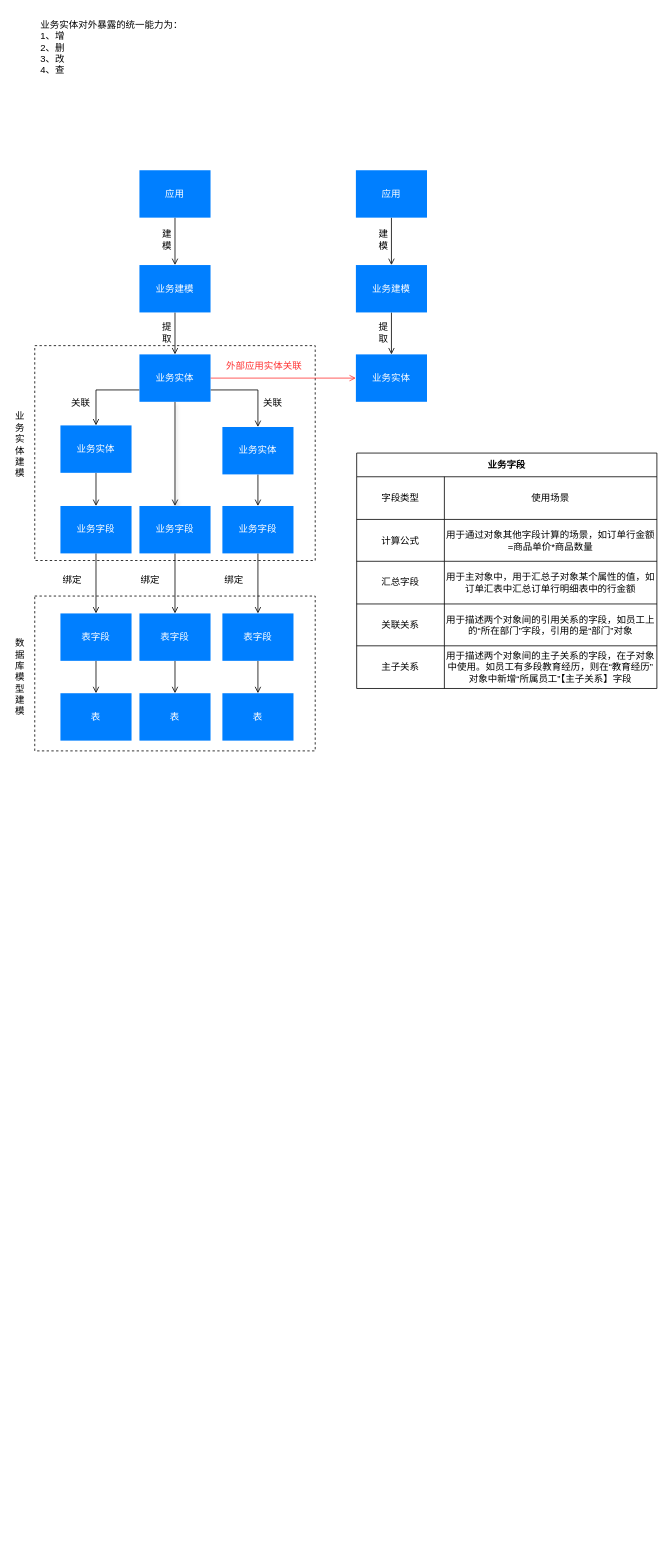
The draw.io diagram docs/LCDP.drawio in lokiworks/codebase, before the edit. Source tidied: cells renumbered, new cells numbered last; positions are measured from the earlier drawing's top-left corner, leaving out a move shared by most shapes. Both pictures are drawn from the tidied source at 79%, with x=0, y=0 at pixel (13, 13).
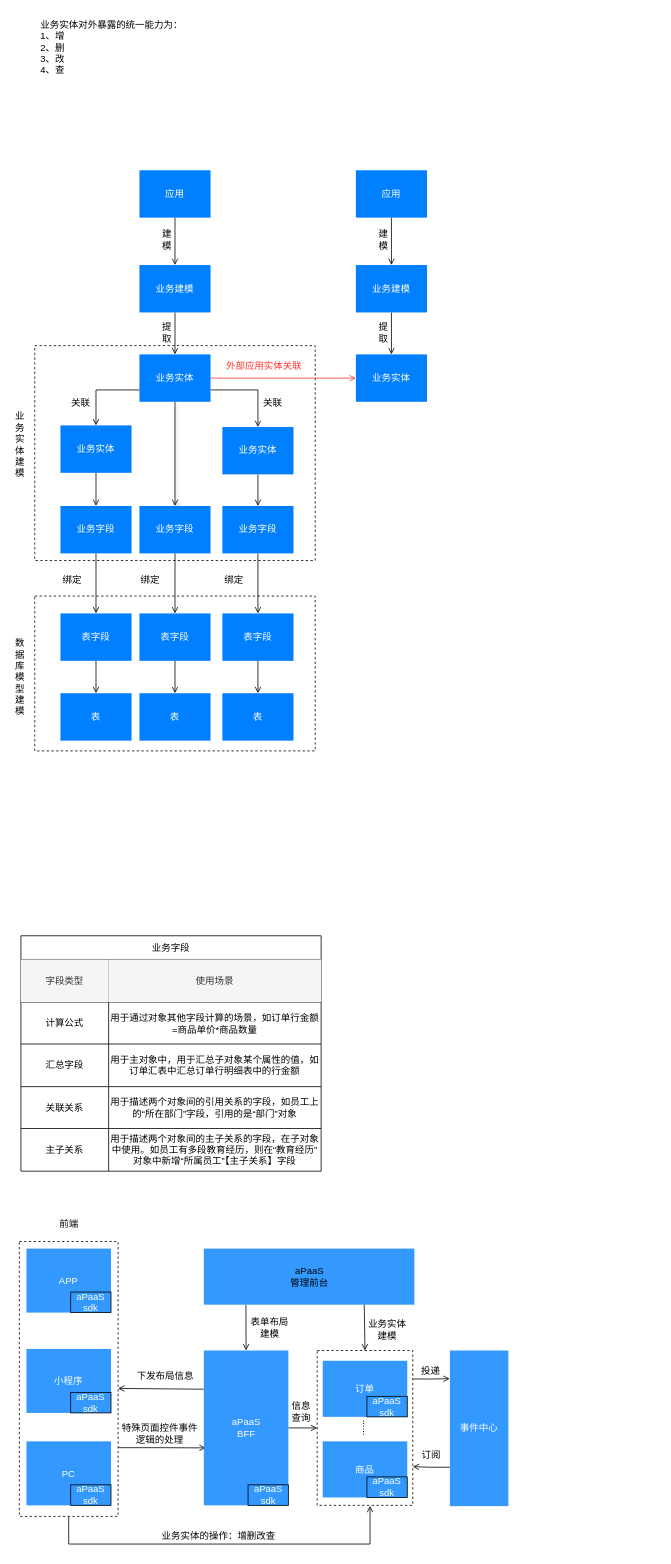
The same diagram, later.

Unchanged cells that the change refers to:
```xml
<mxCell id="51" style="shape=tableRow;horizontal=0;startSize=0;swimlaneHead=0;swimlaneBody=0;top=0;left=0;bottom=0;right=0;fillColor=none;dashed=1;strokeColor=default;" parent="50" vertex="1">
  <mxGeometry y="30" width="380" height="54" as="geometry" />
</mxCell>
```

The edit, as a diff of the source:
```diff
@@
+    <mxCell id="66" style="edgeStyle=orthogonalEdgeStyle;rounded=0;jettySize=auto;html=1;exitX=0.5;exitY=1;exitDx=0;exitDy=0;entryX=0.553;entryY=1.003;entryDx=0;entryDy=0;entryPerimeter=0;fontColor=#000000;endArrow=open;endFill=0;" parent="1" edge="1" source="68" target="70">
+      <mxGeometry relative="1" as="geometry">
+        <Array as="points">
+          <mxPoint x="70" y="1937" />
+          <mxPoint x="451" y="1937" />
+        </Array>
+      </mxGeometry>
+    </mxCell>
+    <mxCell id="67" style="edgeStyle=orthogonalEdgeStyle;rounded=0;jettySize=auto;html=1;exitX=1;exitY=0.75;exitDx=0;exitDy=0;entryX=0.023;entryY=0.629;entryDx=0;entryDy=0;entryPerimeter=0;fontColor=#000000;endArrow=open;endFill=0;" parent="1" edge="1" source="68" target="73">
+      <mxGeometry relative="1" as="geometry" />
+    </mxCell>
+    <mxCell id="68" style="rounded=0;whiteSpace=wrap;html=1;fontColor=#000000;strokeColor=default;fillColor=#FFFFFF;dashed=1;" parent="1" vertex="1">
+      <mxGeometry x="7" y="1554" width="125" height="348" as="geometry" />
+    </mxCell>
+    <mxCell id="69" style="edgeStyle=orthogonalEdgeStyle;rounded=0;jettySize=auto;html=1;entryX=-0.003;entryY=0.181;entryDx=0;entryDy=0;fontColor=#000000;endArrow=open;endFill=0;entryPerimeter=0;exitX=1.004;exitY=0.184;exitDx=0;exitDy=0;exitPerimeter=0;" parent="1" edge="1" source="70" target="97">
+      <mxGeometry relative="1" as="geometry" />
+    </mxCell>
+    <mxCell id="70" style="rounded=0;whiteSpace=wrap;html=1;fontColor=#FFFFFF;strokeColor=default;fillColor=#FFFFFF;dashed=1;" parent="1" vertex="1">
+      <mxGeometry x="384" y="1692" width="121" height="196" as="geometry" />
+    </mxCell>
@@
-    <mxCell id="50" value="业务字段" style="shape=table;startSize=30;childLayout=tableLayout;fontStyle=1;align=center;strokeColor=default;" parent="1" vertex="1">
-      <mxGeometry x="434" y="556" width="380" height="298" as="geometry" />
+    <mxCell id="50" value="业务字段" style="shape=table;startSize=30;childLayout=tableLayout;fontStyle=0;align=center;strokeColor=default;" parent="1" vertex="1">
+      <mxGeometry x="9" y="1167" width="380" height="298" as="geometry" />
     </mxCell>
@@
-    <mxCell id="52" value="字段类型" style="shape=partialRectangle;html=1;whiteSpace=wrap;fillColor=none;top=0;left=0;bottom=0;right=0;overflow=hidden;dashed=1;strokeColor=default;" parent="51" vertex="1">
+    <mxCell id="52" value="字段类型" style="shape=partialRectangle;html=1;whiteSpace=wrap;fillColor=#f5f5f5;top=0;left=0;bottom=0;right=0;overflow=hidden;dashed=1;strokeColor=#666666;fontColor=#333333;" parent="51" vertex="1">
       <mxGeometry width="111" height="54" as="geometry" />
     </mxCell>
-    <mxCell id="53" value="使用场景" style="shape=partialRectangle;html=1;whiteSpace=wrap;fillColor=none;top=0;left=0;bottom=0;right=0;overflow=hidden;dashed=1;strokeColor=default;" parent="51" vertex="1">
+    <mxCell id="53" value="使用场景" style="shape=partialRectangle;html=1;whiteSpace=wrap;fillColor=#f5f5f5;top=0;left=0;bottom=0;right=0;overflow=hidden;dashed=1;strokeColor=#666666;fontColor=#333333;" parent="51" vertex="1">
       <mxGeometry x="111" width="269" height="54" as="geometry" />
     </mxCell>
@@
+    <mxCell id="71" style="edgeStyle=none;rounded=0;jettySize=auto;html=1;exitX=0;exitY=0.25;exitDx=0;exitDy=0;fontColor=#000000;endArrow=open;endFill=0;" parent="1" edge="1" source="73">
+      <mxGeometry relative="1" as="geometry">
+        <mxPoint x="132" y="1740" as="targetPoint" />
+      </mxGeometry>
+    </mxCell>
+    <mxCell id="72" style="edgeStyle=orthogonalEdgeStyle;rounded=0;jettySize=auto;html=1;exitX=1;exitY=0.5;exitDx=0;exitDy=0;entryX=0;entryY=0.5;entryDx=0;entryDy=0;fontColor=#000000;endArrow=open;endFill=0;" parent="1" edge="1" source="73" target="70">
+      <mxGeometry relative="1" as="geometry" />
+    </mxCell>
+    <mxCell id="73" value="&lt;font color=&quot;#ffffff&quot;&gt;aPaaS&lt;br&gt;BFF&lt;/font&gt;" style="rounded=0;whiteSpace=wrap;html=1;strokeColor=none;fillColor=#3399FF;" parent="1" vertex="1">
+      <mxGeometry x="240.5" y="1692" width="107" height="196" as="geometry" />
+    </mxCell>
+    <mxCell id="74" value="&lt;font color=&quot;#ffffff&quot;&gt;订单&lt;/font&gt;" style="rounded=0;whiteSpace=wrap;html=1;strokeColor=none;fillColor=#3399FF;" parent="1" vertex="1">
+      <mxGeometry x="391" y="1705" width="107" height="71" as="geometry" />
+    </mxCell>
+    <mxCell id="75" style="rounded=0;jettySize=auto;html=1;entryX=0.5;entryY=0;entryDx=0;entryDy=0;fontColor=#FFFFFF;endArrow=open;endFill=0;exitX=0.2;exitY=1.003;exitDx=0;exitDy=0;exitPerimeter=0;" parent="1" edge="1" source="76" target="73">
+      <mxGeometry relative="1" as="geometry" />
+    </mxCell>
+    <mxCell id="76" value="aPaaS&lt;br&gt;管理前台" style="rounded=0;whiteSpace=wrap;html=1;strokeColor=none;fillColor=#3399FF;" parent="1" vertex="1">
+      <mxGeometry x="240.5" y="1563" width="266.5" height="71" as="geometry" />
+    </mxCell>
+    <mxCell id="77" value="aPaaS&lt;br&gt;sdk" style="rounded=0;whiteSpace=wrap;html=1;fontColor=#FFFFFF;strokeColor=default;fillColor=#3399FF;" parent="1" vertex="1">
+      <mxGeometry x="447" y="1750" width="51" height="26" as="geometry" />
+    </mxCell>
+    <mxCell id="78" value="&lt;font color=&quot;#ffffff&quot;&gt;APP&lt;br&gt;&lt;/font&gt;" style="rounded=0;whiteSpace=wrap;html=1;strokeColor=none;fillColor=#3399FF;" parent="1" vertex="1">
+      <mxGeometry x="16" y="1563" width="107" height="81" as="geometry" />
+    </mxCell>
+    <mxCell id="79" value="&lt;font color=&quot;#ffffff&quot;&gt;小程序&lt;br&gt;&lt;/font&gt;" style="rounded=0;whiteSpace=wrap;html=1;strokeColor=none;fillColor=#3399FF;" parent="1" vertex="1">
+      <mxGeometry x="16" y="1690" width="107" height="81" as="geometry" />
+    </mxCell>
+    <mxCell id="80" value="&lt;font color=&quot;#ffffff&quot;&gt;PC&lt;br&gt;&lt;/font&gt;" style="rounded=0;whiteSpace=wrap;html=1;strokeColor=none;fillColor=#3399FF;" parent="1" vertex="1">
+      <mxGeometry x="16" y="1807" width="107" height="81" as="geometry" />
+    </mxCell>
+    <mxCell id="81" value="aPaaS&lt;br&gt;sdk" style="rounded=0;whiteSpace=wrap;html=1;fontColor=#FFFFFF;strokeColor=default;fillColor=#3399FF;" parent="1" vertex="1">
+      <mxGeometry x="72" y="1618" width="51" height="26" as="geometry" />
+    </mxCell>
+    <mxCell id="82" value="aPaaS&lt;br&gt;sdk" style="rounded=0;whiteSpace=wrap;html=1;fontColor=#FFFFFF;strokeColor=default;fillColor=#3399FF;" parent="1" vertex="1">
+      <mxGeometry x="72" y="1745" width="51" height="26" as="geometry" />
+    </mxCell>
+    <mxCell id="83" value="aPaaS&lt;br&gt;sdk" style="rounded=0;whiteSpace=wrap;html=1;fontColor=#FFFFFF;strokeColor=default;fillColor=#3399FF;" parent="1" vertex="1">
+      <mxGeometry x="72" y="1862" width="51" height="26" as="geometry" />
+    </mxCell>
+    <mxCell id="84" value="aPaaS&lt;br&gt;sdk" style="rounded=0;whiteSpace=wrap;html=1;fontColor=#FFFFFF;strokeColor=default;fillColor=#3399FF;" parent="1" vertex="1">
+      <mxGeometry x="296.5" y="1862" width="51" height="26" as="geometry" />
+    </mxCell>
+    <mxCell id="85" value="&lt;font color=&quot;#ffffff&quot;&gt;商品&lt;/font&gt;" style="rounded=0;whiteSpace=wrap;html=1;strokeColor=none;fillColor=#3399FF;" parent="1" vertex="1">
+      <mxGeometry x="391" y="1807" width="107" height="71" as="geometry" />
+    </mxCell>
+    <mxCell id="86" value="aPaaS&lt;br&gt;sdk" style="rounded=0;whiteSpace=wrap;html=1;fontColor=#FFFFFF;strokeColor=default;fillColor=#3399FF;" parent="1" vertex="1">
+      <mxGeometry x="447" y="1852" width="51" height="26" as="geometry" />
+    </mxCell>
+    <mxCell id="87" style="rounded=0;jettySize=auto;html=1;entryX=0.5;entryY=0;entryDx=0;entryDy=0;fontColor=#FFFFFF;endArrow=open;endFill=0;exitX=0.762;exitY=1.001;exitDx=0;exitDy=0;exitPerimeter=0;" parent="1" edge="1" source="76" target="70">
+      <mxGeometry relative="1" as="geometry" />
+    </mxCell>
+    <mxCell id="88" value="业务实体建模" style="text;html=1;strokeColor=none;fillColor=none;align=center;verticalAlign=middle;whiteSpace=wrap;rounded=0;fontColor=#000000;" parent="1" vertex="1">
+      <mxGeometry x="442.5" y="1651" width="60" height="30" as="geometry" />
+    </mxCell>
+    <mxCell id="89" value="表单布局建模" style="text;html=1;strokeColor=none;fillColor=none;align=center;verticalAlign=middle;whiteSpace=wrap;rounded=0;fontColor=#000000;" parent="1" vertex="1">
+      <mxGeometry x="294" y="1648" width="60" height="30" as="geometry" />
+    </mxCell>
+    <mxCell id="90" value="下发布局信息" style="text;html=1;strokeColor=none;fillColor=none;align=center;verticalAlign=middle;whiteSpace=wrap;rounded=0;fontColor=#000000;" parent="1" vertex="1">
+      <mxGeometry x="143" y="1709" width="98" height="30" as="geometry" />
+    </mxCell>
+    <mxCell id="91" value="前端" style="text;html=1;strokeColor=none;fillColor=none;align=center;verticalAlign=middle;whiteSpace=wrap;rounded=0;dashed=1;fontColor=#000000;" parent="1" vertex="1">
+      <mxGeometry x="39.5" y="1517" width="60" height="30" as="geometry" />
+    </mxCell>
+    <mxCell id="92" value="业务实体的操作：增删改查" style="text;html=1;strokeColor=none;fillColor=none;align=center;verticalAlign=middle;whiteSpace=wrap;rounded=0;dashed=1;fontColor=#000000;" parent="1" vertex="1">
+      <mxGeometry x="172" y="1917" width="175" height="20" as="geometry" />
+    </mxCell>
+    <mxCell id="93" value="......" style="text;html=1;strokeColor=none;fillColor=none;align=center;verticalAlign=middle;whiteSpace=wrap;rounded=0;dashed=1;fontColor=#000000;rotation=90;" parent="1" vertex="1">
+      <mxGeometry x="433" y="1780.8" width="27" height="18.5" as="geometry" />
+    </mxCell>
+    <mxCell id="94" value="信息查询" style="text;html=1;strokeColor=none;fillColor=none;align=center;verticalAlign=middle;whiteSpace=wrap;rounded=0;dashed=1;fontColor=#000000;" parent="1" vertex="1">
+      <mxGeometry x="345.5" y="1755" width="36" height="30" as="geometry" />
+    </mxCell>
+    <mxCell id="95" value="特殊页面控件事件逻辑的处理" style="text;html=1;strokeColor=none;fillColor=none;align=center;verticalAlign=middle;whiteSpace=wrap;rounded=0;fontColor=#000000;" parent="1" vertex="1">
+      <mxGeometry x="136" y="1783" width="98" height="30" as="geometry" />
+    </mxCell>
+    <mxCell id="96" style="edgeStyle=orthogonalEdgeStyle;rounded=0;jettySize=auto;html=1;exitX=0;exitY=0.75;exitDx=0;exitDy=0;entryX=1;entryY=0.75;entryDx=0;entryDy=0;fontColor=#000000;endArrow=open;endFill=0;" parent="1" edge="1" source="97" target="70">
+      <mxGeometry relative="1" as="geometry" />
+    </mxCell>
+    <mxCell id="97" value="&lt;font color=&quot;#ffffff&quot;&gt;事件中心&lt;/font&gt;" style="rounded=0;whiteSpace=wrap;html=1;strokeColor=none;fillColor=#3399FF;" parent="1" vertex="1">
+      <mxGeometry x="552" y="1692" width="74" height="197" as="geometry" />
+    </mxCell>
+    <mxCell id="98" value="投递" style="text;html=1;strokeColor=none;fillColor=none;align=center;verticalAlign=middle;whiteSpace=wrap;rounded=0;dashed=1;fontColor=#000000;" parent="1" vertex="1">
+      <mxGeometry x="507" y="1709" width="42" height="17" as="geometry" />
+    </mxCell>
+    <mxCell id="99" value="订阅" style="text;html=1;strokeColor=none;fillColor=none;align=center;verticalAlign=middle;whiteSpace=wrap;rounded=0;dashed=1;fontColor=#000000;" parent="1" vertex="1">
+      <mxGeometry x="511.5" y="1810" width="33" height="30" as="geometry" />
+    </mxCell>
```
